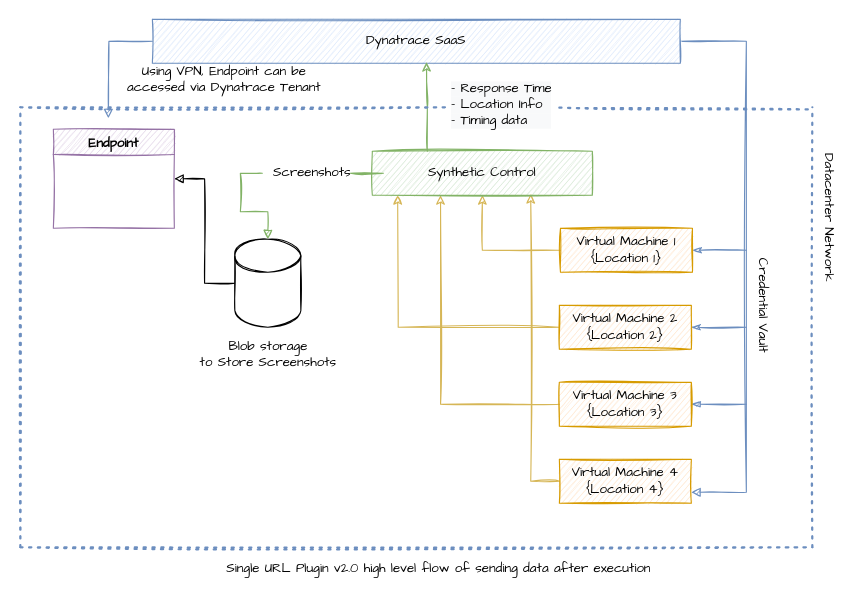
Before: page "SUP Flow" (1 of 3) of Untitled Diagram.drawio in theharithsa/theharithsa, a draw.io diagram. Source tidied: cells renumbered, new cells numbered last; positions are measured from the earlier drawing's top-left corner, leaving out a move shared by most shapes. Both pictures are drawn from the tidied source at 110%, with x=0, y=0 at pixel (20, 19).
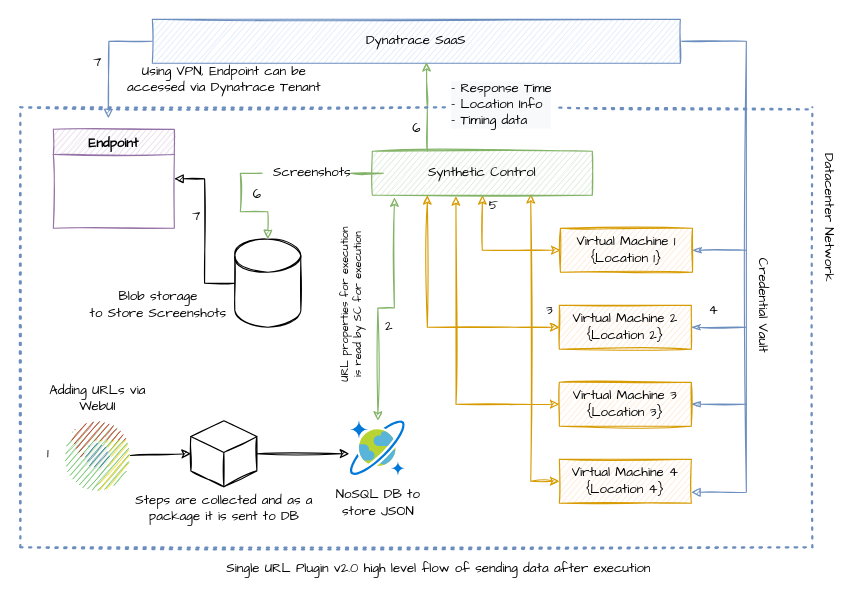
The same page after the edit.

Unchanged cells that the change refers to:
```xml
<mxCell id="3" value="Virtual Machine 4 {Location 4}" style="rounded=0;whiteSpace=wrap;html=1;fillColor=#ffe6cc;strokeColor=#d79b00;fontFamily=Comic Sans MS;sketch=1;" parent="1" vertex="1">
  <mxGeometry x="490" y="400" width="120" height="40" as="geometry" />
</mxCell>
<mxCell id="9" value="&lt;span&gt;Virtual Machine 3 {Location 3}&lt;/span&gt;" style="rounded=0;whiteSpace=wrap;html=1;fillColor=#ffe6cc;strokeColor=#d79b00;fontFamily=Comic Sans MS;sketch=1;" parent="1" vertex="1">
  <mxGeometry x="490" y="330" width="120" height="40" as="geometry" />
</mxCell>
<mxCell id="12" value="&lt;span style=&quot;color: rgb(0, 0, 0); font-size: 12px; font-style: normal; font-weight: 400; letter-spacing: normal; text-align: center; text-indent: 0px; text-transform: none; word-spacing: 0px; display: inline; float: none;&quot;&gt;Virtual Machine 2 {Location 2}&lt;/span&gt;" style="rounded=0;whiteSpace=wrap;html=1;fillColor=#ffe6cc;strokeColor=#d79b00;labelBackgroundColor=none;fontFamily=Comic Sans MS;sketch=1;" parent="1" vertex="1">
  <mxGeometry x="490" y="260" width="120" height="40" as="geometry" />
</mxCell>
<mxCell id="15" value="&lt;span style=&quot;color: rgb(0, 0, 0); font-size: 12px; font-style: normal; font-weight: 400; letter-spacing: normal; text-align: center; text-indent: 0px; text-transform: none; word-spacing: 0px; display: inline; float: none;&quot;&gt;Virtual Machine 1 {Location 1}&lt;/span&gt;" style="rounded=0;whiteSpace=wrap;html=1;fillColor=#ffe6cc;strokeColor=#d79b00;labelBackgroundColor=none;fontFamily=Comic Sans MS;sketch=1;" parent="1" vertex="1">
  <mxGeometry x="491" y="190" width="120" height="40" as="geometry" />
</mxCell>
<mxCell id="18" value="Synthetic Control" style="rounded=0;whiteSpace=wrap;html=1;fillColor=#d5e8d4;strokeColor=#82b366;fontFamily=Comic Sans MS;sketch=1;" parent="1" vertex="1">
  <mxGeometry x="320" y="120" width="200" height="40" as="geometry" />
</mxCell>
```

Change to the diagram source:
```diff
@@
-    <mxCell id="2" style="edgeStyle=orthogonalEdgeStyle;rounded=0;jettySize=auto;html=1;exitX=0;exitY=0.5;exitDx=0;exitDy=0;entryX=0.72;entryY=0.975;entryDx=0;entryDy=0;entryPerimeter=0;sketch=1;fillColor=#fff2cc;strokeColor=#d6b656;" parent="1" edge="1" source="3" target="18">
+    <mxCell id="2" style="edgeStyle=orthogonalEdgeStyle;rounded=0;jettySize=auto;html=1;exitX=0;exitY=0.5;exitDx=0;exitDy=0;entryX=0.72;entryY=0.975;entryDx=0;entryDy=0;entryPerimeter=0;sketch=1;fillColor=#ffe6cc;strokeColor=#d79b00;startArrow=classic;startFill=1;" parent="1" edge="1" source="3" target="18">
       <mxGeometry relative="1" as="geometry" />
     </mxCell>
@@
+    <mxCell id="8" style="edgeStyle=none;rounded=0;sketch=1;jettySize=auto;html=1;exitX=1;exitY=0.5;exitDx=0;exitDy=0;fontFamily=Comic Sans MS;fontSize=12;startArrow=blockThin;startFill=1;endArrow=none;endFill=0;fillColor=#dae8fc;strokeColor=#6c8ebf;" parent="1" edge="1" source="9">
+      <mxGeometry relative="1" as="geometry">
+        <mxPoint x="660" y="350" as="targetPoint" />
+      </mxGeometry>
+    </mxCell>
-    <mxCell id="7" style="edgeStyle=orthogonalEdgeStyle;rounded=0;jettySize=auto;html=1;exitX=0;exitY=0.5;exitDx=0;exitDy=0;entryX=0.31;entryY=1;entryDx=0;entryDy=0;entryPerimeter=0;startArrow=none;startFill=0;endArrow=classic;endFill=1;sketch=1;fillColor=#fff2cc;strokeColor=#d6b656;" parent="1" edge="1" source="9" target="18">
+    <mxCell id="7" style="edgeStyle=orthogonalEdgeStyle;rounded=0;sketch=1;jettySize=auto;html=1;exitX=0;exitY=0.5;exitDx=0;exitDy=0;fontFamily=Comic Sans MS;fontSize=10;startArrow=classic;startFill=1;endArrow=classic;endFill=1;fillColor=#ffe6cc;strokeColor=#d79b00;entryX=0.38;entryY=1.025;entryDx=0;entryDy=0;entryPerimeter=0;" parent="1" edge="1" source="9" target="18">
       <mxGeometry relative="1" as="geometry" />
     </mxCell>
-    <mxCell id="8" style="edgeStyle=none;rounded=0;sketch=1;jettySize=auto;html=1;exitX=1;exitY=0.5;exitDx=0;exitDy=0;fontFamily=Comic Sans MS;fontSize=12;startArrow=blockThin;startFill=1;endArrow=none;endFill=0;fillColor=#dae8fc;strokeColor=#6c8ebf;" parent="1" edge="1" source="9">
-      <mxGeometry relative="1" as="geometry">
-        <mxPoint x="660" y="350" as="targetPoint" />
-      </mxGeometry>
-    </mxCell>
@@
-    <mxCell id="10" style="edgeStyle=orthogonalEdgeStyle;rounded=0;jettySize=auto;html=1;exitX=0;exitY=0.5;exitDx=0;exitDy=0;sketch=1;fillColor=#fff2cc;strokeColor=#d6b656;" parent="1" edge="1" source="12">
-      <mxGeometry relative="1" as="geometry">
-        <mxPoint x="343" y="160" as="targetPoint" />
-      </mxGeometry>
-    </mxCell>
@@
+    <mxCell id="35" style="edgeStyle=orthogonalEdgeStyle;rounded=0;sketch=1;jettySize=auto;html=1;exitX=0;exitY=0.5;exitDx=0;exitDy=0;fontFamily=Comic Sans MS;fontSize=10;startArrow=classic;startFill=1;endArrow=classic;endFill=1;entryX=0.25;entryY=1;entryDx=0;entryDy=0;fillColor=#ffe6cc;strokeColor=#d79b00;" parent="1" edge="1" source="12" target="18">
+      <mxGeometry relative="1" as="geometry" />
+    </mxCell>
@@
-    <mxCell id="13" style="edgeStyle=orthogonalEdgeStyle;rounded=0;jettySize=auto;html=1;exitX=0;exitY=0.5;exitDx=0;exitDy=0;entryX=0.5;entryY=1;entryDx=0;entryDy=0;sketch=1;fillColor=#fff2cc;strokeColor=#d6b656;" parent="1" edge="1" source="15" target="18">
+    <mxCell id="13" style="edgeStyle=orthogonalEdgeStyle;rounded=0;jettySize=auto;html=1;exitX=0;exitY=0.5;exitDx=0;exitDy=0;entryX=0.5;entryY=1;entryDx=0;entryDy=0;sketch=1;fillColor=#ffe6cc;strokeColor=#d79b00;startArrow=classic;startFill=1;" parent="1" edge="1" source="15" target="18">
       <mxGeometry relative="1" as="geometry" />
     </mxCell>
@@
     <mxCell id="27" value="Blob storage &lt;br&gt;to Store Screenshots" style="text;html=1;align=center;verticalAlign=middle;strokeColor=none;fontFamily=Comic Sans MS;sketch=1;" parent="1" vertex="1">
-      <mxGeometry x="155" y="290" width="140" height="30" as="geometry" />
+      <mxGeometry x="55" y="245" width="140" height="30" as="geometry" />
     </mxCell>
@@
+    <mxCell id="36" style="edgeStyle=none;rounded=0;sketch=1;jettySize=auto;html=1;exitX=1;exitY=0.5;exitDx=0;exitDy=0;exitPerimeter=0;fontFamily=Comic Sans MS;entryX=-0.02;entryY=0.6;entryDx=0;entryDy=0;entryPerimeter=0;" parent="1" edge="1" source="37" target="43">
+      <mxGeometry relative="1" as="geometry" />
+    </mxCell>
+    <mxCell id="37" style="whiteSpace=wrap;html=1;shape=mxgraph.basic.isocube;isoAngle=15;sketch=1;" parent="1" vertex="1">
+      <mxGeometry x="155" y="365" width="60" height="60" as="geometry" />
+    </mxCell>
+    <mxCell id="38" style="rounded=0;jettySize=auto;html=1;entryX=0;entryY=0.5;entryDx=0;entryDy=0;entryPerimeter=0;sketch=1;" parent="1" edge="1" source="39" target="37">
+      <mxGeometry relative="1" as="geometry" />
+    </mxCell>
+    <mxCell id="39" style="dashed=0;outlineConnect=0;html=1;align=center;labelPosition=center;verticalLabelPosition=bottom;verticalAlign=top;shape=mxgraph.weblogos.chrome;sketch=1;" parent="1" vertex="1">
+      <mxGeometry x="40" y="365" width="60" height="65" as="geometry" />
+    </mxCell>
+    <mxCell id="40" value="Adding URLs via &lt;br&gt;WebUI" style="text;html=1;align=center;verticalAlign=middle;strokeColor=none;fontFamily=Comic Sans MS;" parent="1" vertex="1">
+      <mxGeometry x="15" y="330" width="110" height="30" as="geometry" />
+    </mxCell>
+    <mxCell id="41" value="Steps are collected and as a &lt;br&gt;package it is sent to DB" style="text;html=1;align=center;verticalAlign=middle;strokeColor=none;fontFamily=Comic Sans MS;" parent="1" vertex="1">
+      <mxGeometry x="100" y="430" width="170" height="30" as="geometry" />
+    </mxCell>
+    <mxCell id="42" style="edgeStyle=orthogonalEdgeStyle;rounded=0;sketch=1;jettySize=auto;html=1;entryX=0.1;entryY=1.05;entryDx=0;entryDy=0;entryPerimeter=0;fontFamily=Comic Sans MS;fontSize=10;startArrow=classic;startFill=1;endArrow=classic;endFill=1;fillColor=#d5e8d4;strokeColor=#82b366;" parent="1" edge="1" source="43" target="18">
+      <mxGeometry relative="1" as="geometry" />
+    </mxCell>
+    <mxCell id="43" style="html=1;points=[];align=center;image;fontSize=12;image=img/lib/mscae/CosmosDB.svg;sketch=1;fontFamily=Comic Sans MS;" parent="1" vertex="1">
+      <mxGeometry x="300" y="365" width="50" height="50" as="geometry" />
+    </mxCell>
+    <mxCell id="44" value="NoSQL DB to &lt;br&gt;store JSON" style="text;html=1;align=center;verticalAlign=middle;strokeColor=none;fontFamily=Comic Sans MS;" parent="1" vertex="1">
+      <mxGeometry x="280" y="425" width="90" height="30" as="geometry" />
+    </mxCell>
+    <mxCell id="45" value="URL properties for execution&lt;br style=&quot;font-size: 10px;&quot;&gt;is read by SC for execution" style="text;html=1;align=center;verticalAlign=middle;strokeColor=none;fontFamily=Comic Sans MS;rotation=-90;fontSize=10;" parent="1" vertex="1">
+      <mxGeometry x="225" y="245" width="150" height="30" as="geometry" />
+    </mxCell>
+    <mxCell id="46" value="1" style="text;html=1;align=center;verticalAlign=middle;strokeColor=none;fontSize=12;fontFamily=Comic Sans MS;" parent="1" vertex="1">
+      <mxGeometry x="15" y="385" width="20" height="20" as="geometry" />
+    </mxCell>
+    <mxCell id="47" value="2" style="text;html=1;align=center;verticalAlign=middle;strokeColor=none;fontSize=12;fontFamily=Comic Sans MS;" parent="1" vertex="1">
+      <mxGeometry x="325" y="270" width="20" height="20" as="geometry" />
+    </mxCell>
+    <mxCell id="48" value="3" style="text;html=1;align=center;verticalAlign=middle;strokeColor=none;fontSize=12;fontFamily=Comic Sans MS;" parent="1" vertex="1">
+      <mxGeometry x="471" y="255" width="20" height="20" as="geometry" />
+    </mxCell>
+    <mxCell id="49" value="5" style="text;html=1;align=center;verticalAlign=middle;strokeColor=none;fontSize=12;fontFamily=Comic Sans MS;" parent="1" vertex="1">
+      <mxGeometry x="420" y="160" width="20" height="20" as="geometry" />
+    </mxCell>
+    <mxCell id="50" value="6" style="text;html=1;align=center;verticalAlign=middle;strokeColor=none;fontSize=12;fontFamily=Comic Sans MS;" parent="1" vertex="1">
+      <mxGeometry x="350" y="90" width="20" height="20" as="geometry" />
+    </mxCell>
+    <mxCell id="51" value="6" style="text;html=1;align=center;verticalAlign=middle;strokeColor=none;fontSize=12;fontFamily=Comic Sans MS;" parent="1" vertex="1">
+      <mxGeometry x="205" y="150" width="20" height="20" as="geometry" />
+    </mxCell>
+    <mxCell id="52" value="4" style="text;html=1;align=center;verticalAlign=middle;strokeColor=none;fontSize=12;fontFamily=Comic Sans MS;" parent="1" vertex="1">
+      <mxGeometry x="620" y="255" width="20" height="20" as="geometry" />
+    </mxCell>
+    <mxCell id="53" value="7" style="text;html=1;align=center;verticalAlign=middle;strokeColor=none;fontSize=12;fontFamily=Comic Sans MS;" parent="1" vertex="1">
+      <mxGeometry x="150" y="170" width="20" height="20" as="geometry" />
+    </mxCell>
+    <mxCell id="54" value="7" style="text;html=1;align=center;verticalAlign=middle;strokeColor=none;fontSize=12;fontFamily=Comic Sans MS;" parent="1" vertex="1">
+      <mxGeometry x="60" y="30" width="20" height="20" as="geometry" />
+    </mxCell>
```
